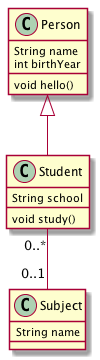
Earlier version of the PlantUML export assets/images/uml/oop/practice3_001.png (lyhcode/oosad).
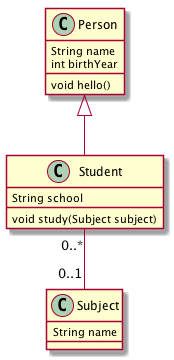
Later version of the same file.

Commit message:
update uml content

Change to the diagram source:
```diff
@@ -7,7 +7,7 @@
 
 Class Student {
     String school
-    void study()
+    void study(Subject subject)
 }
 
 Class Subject {
```
